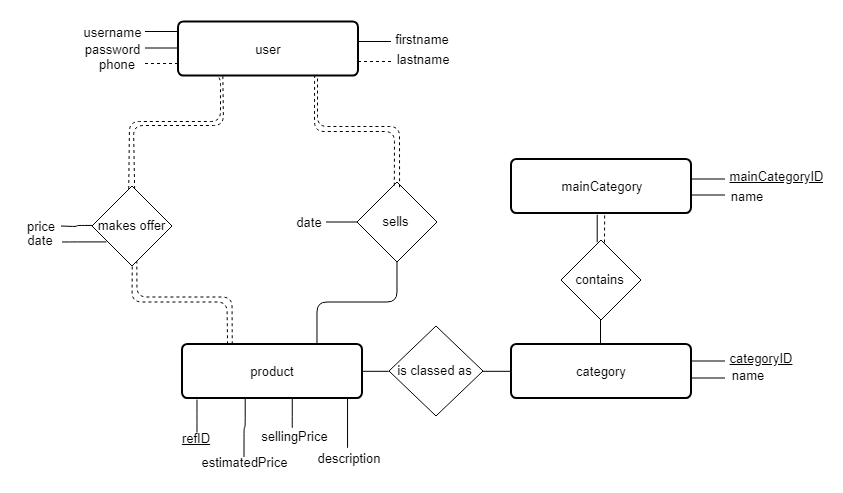
Above: modeleEA/modeleEA.png in JonathanCaspar/Database-Project (draw.io), before the change. Source tidied: cells renumbered, new cells last; positions are measured from the earlier drawing's top-left corner, leaving out a move shared by most shapes.
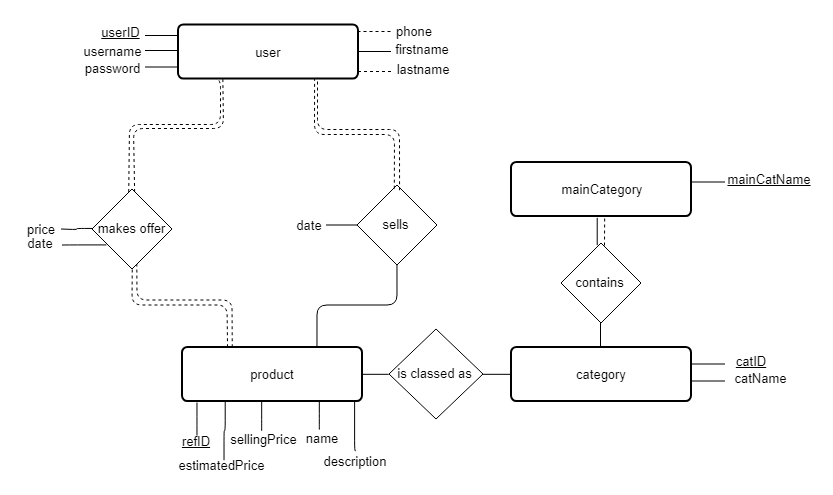
After the commit.

Change to the diagram source:
```diff
@@ -16,48 +16,48 @@
     </mxCell>
     <mxCell id="6" style="endArrow=none;html=1;edgeStyle=orthogonalEdgeStyle;fontSize=13;fontColor=none;" parent="1" edge="1">
       <mxGeometry relative="1" as="geometry">
-        <mxPoint x="124.5" y="10" as="sourcePoint" />
-        <mxPoint x="157.5" y="10" as="targetPoint" />
+        <mxPoint x="124.5" y="26" as="sourcePoint" />
+        <mxPoint x="157.5" y="26" as="targetPoint" />
       </mxGeometry>
     </mxCell>
     <mxCell id="7" style="endArrow=none;html=1;edgeStyle=orthogonalEdgeStyle;fontSize=13;fontColor=none;" parent="1" edge="1">
       <mxGeometry relative="1" as="geometry">
-        <mxPoint x="124.5" y="26.5" as="sourcePoint" />
-        <mxPoint x="157.5" y="26.5" as="targetPoint" />
+        <mxPoint x="124.5" y="42.5" as="sourcePoint" />
+        <mxPoint x="157.5" y="42.5" as="targetPoint" />
       </mxGeometry>
     </mxCell>
     <mxCell id="8" style="endArrow=none;html=1;edgeStyle=orthogonalEdgeStyle;fontSize=13;fontColor=none;dashed=1;" parent="1" edge="1">
       <mxGeometry relative="1" as="geometry">
-        <mxPoint x="124.5" y="42" as="sourcePoint" />
-        <mxPoint x="157.5" y="42" as="targetPoint" />
+        <mxPoint x="337" y="7" as="sourcePoint" />
+        <mxPoint x="370" y="7" as="targetPoint" />
       </mxGeometry>
     </mxCell>
     <mxCell id="9" style="endArrow=none;html=1;edgeStyle=orthogonalEdgeStyle;fontSize=13;fontColor=none;" parent="1" edge="1">
       <mxGeometry relative="1" as="geometry">
-        <mxPoint x="337.5" y="20" as="sourcePoint" />
-        <mxPoint x="370.5" y="20" as="targetPoint" />
+        <mxPoint x="337.5" y="27" as="sourcePoint" />
+        <mxPoint x="370.5" y="27" as="targetPoint" />
       </mxGeometry>
     </mxCell>
     <mxCell id="10" style="endArrow=none;html=1;edgeStyle=orthogonalEdgeStyle;fontSize=13;fontColor=none;dashed=1;" parent="1" edge="1">
       <mxGeometry relative="1" as="geometry">
-        <mxPoint x="337.5" y="40" as="sourcePoint" />
-        <mxPoint x="370.5" y="40" as="targetPoint" />
+        <mxPoint x="337.5" y="47" as="sourcePoint" />
+        <mxPoint x="370.5" y="47" as="targetPoint" />
       </mxGeometry>
     </mxCell>
     <mxCell id="11" value="username" style="text;html=1;strokeColor=none;fillColor=none;align=center;verticalAlign=middle;whiteSpace=wrap;rounded=0;fontSize=13;fontColor=none;" parent="1" vertex="1">
-      <mxGeometry x="71.5" y="0.2" width="40" height="20" as="geometry" />
+      <mxGeometry x="71.5" y="16.2" width="40" height="20" as="geometry" />
     </mxCell>
     <mxCell id="12" value="password" style="text;html=1;strokeColor=none;fillColor=none;align=center;verticalAlign=middle;whiteSpace=wrap;rounded=0;fontSize=13;fontColor=none;" parent="1" vertex="1">
-      <mxGeometry x="71.5" y="17.2" width="40" height="20" as="geometry" />
+      <mxGeometry x="71.5" y="33.2" width="40" height="20" as="geometry" />
     </mxCell>
     <mxCell id="13" value="phone" style="text;html=1;strokeColor=none;fillColor=none;align=center;verticalAlign=middle;whiteSpace=wrap;rounded=0;fontSize=13;fontColor=none;" parent="1" vertex="1">
-      <mxGeometry x="75.5" y="32.2" width="40" height="20" as="geometry" />
+      <mxGeometry x="372.5" y="-3.8" width="40" height="20" as="geometry" />
     </mxCell>
     <mxCell id="14" value="firstname" style="text;html=1;strokeColor=none;fillColor=none;align=center;verticalAlign=middle;whiteSpace=wrap;rounded=0;fontSize=13;fontColor=none;" parent="1" vertex="1">
-      <mxGeometry x="381.5" y="7.2" width="40" height="20" as="geometry" />
+      <mxGeometry x="381.5" y="14.2" width="40" height="20" as="geometry" />
     </mxCell>
     <mxCell id="15" value="lastname" style="text;html=1;strokeColor=none;fillColor=none;align=center;verticalAlign=middle;whiteSpace=wrap;rounded=0;fontSize=13;fontColor=none;" parent="1" vertex="1">
-      <mxGeometry x="381.5" y="27.2" width="40" height="20" as="geometry" />
+      <mxGeometry x="381.5" y="34.2" width="40" height="20" as="geometry" />
     </mxCell>
     <mxCell id="16" value="makes offer" style="rhombus;whiteSpace=wrap;html=1;fontSize=13;fontColor=none;" parent="1" vertex="1">
       <mxGeometry x="71.5" y="164.5" width="80" height="80" as="geometry" />
@@ -118,26 +118,17 @@
         <mxPoint x="704.5" y="157.5" as="targetPoint" />
       </mxGeometry>
     </mxCell>
-    <mxCell id="28" value="mainCategoryID" style="text;html=1;strokeColor=none;fillColor=none;align=center;verticalAlign=middle;whiteSpace=wrap;rounded=0;fontSize=13;fontColor=none;fontStyle=4;" parent="1" vertex="1">
-      <mxGeometry x="735.5" y="144.7" width="40" height="20" as="geometry" />
+    <mxCell id="28" value="mainCatName" style="text;html=1;strokeColor=none;fillColor=none;align=center;verticalAlign=middle;whiteSpace=wrap;rounded=0;fontSize=13;fontColor=none;fontStyle=4;" parent="1" vertex="1">
+      <mxGeometry x="729" y="144.7" width="40" height="20" as="geometry" />
     </mxCell>
-    <mxCell id="29" style="endArrow=none;html=1;edgeStyle=orthogonalEdgeStyle;fontSize=13;fontColor=none;" parent="1" edge="1">
-      <mxGeometry relative="1" as="geometry">
-        <mxPoint x="671.5" y="173.5" as="sourcePoint" />
-        <mxPoint x="704.5" y="173.5" as="targetPoint" />
-      </mxGeometry>
-    </mxCell>
-    <mxCell id="30" value="name" style="text;html=1;strokeColor=none;fillColor=none;align=center;verticalAlign=middle;whiteSpace=wrap;rounded=0;fontSize=13;fontColor=none;fontStyle=0;" parent="1" vertex="1">
-      <mxGeometry x="706" y="164.7" width="40" height="20" as="geometry" />
-    </mxCell>
     <mxCell id="31" style="endArrow=none;html=1;edgeStyle=orthogonalEdgeStyle;fontSize=13;fontColor=none;" parent="1" edge="1">
       <mxGeometry relative="1" as="geometry">
         <mxPoint x="671.5" y="339.5" as="sourcePoint" />
         <mxPoint x="704.5" y="339.5" as="targetPoint" />
       </mxGeometry>
     </mxCell>
-    <mxCell id="32" value="categoryID" style="text;html=1;strokeColor=none;fillColor=none;align=center;verticalAlign=middle;whiteSpace=wrap;rounded=0;fontSize=13;fontColor=none;fontStyle=4;" parent="1" vertex="1">
-      <mxGeometry x="720.5" y="326.7" width="40" height="20" as="geometry" />
+    <mxCell id="32" value="catID" style="text;html=1;strokeColor=none;fillColor=none;align=center;verticalAlign=middle;whiteSpace=wrap;rounded=0;fontSize=13;fontColor=none;fontStyle=4;" parent="1" vertex="1">
+      <mxGeometry x="710" y="326.7" width="40" height="20" as="geometry" />
     </mxCell>
     <mxCell id="33" style="endArrow=none;html=1;edgeStyle=orthogonalEdgeStyle;fontSize=13;fontColor=none;" parent="1" edge="1">
       <mxGeometry relative="1" as="geometry">
@@ -145,8 +136,8 @@
         <mxPoint x="704.5" y="356.5" as="targetPoint" />
       </mxGeometry>
     </mxCell>
-    <mxCell id="34" value="name" style="text;html=1;strokeColor=none;fillColor=none;align=center;verticalAlign=middle;whiteSpace=wrap;rounded=0;fontSize=13;fontColor=none;fontStyle=0;" parent="1" vertex="1">
-      <mxGeometry x="706.5" y="343.7" width="40" height="20" as="geometry" />
+    <mxCell id="34" value="catName" style="text;html=1;strokeColor=none;fillColor=none;align=center;verticalAlign=middle;whiteSpace=wrap;rounded=0;fontSize=13;fontColor=none;fontStyle=0;" parent="1" vertex="1">
+      <mxGeometry x="720" y="343.7" width="40" height="20" as="geometry" />
     </mxCell>
     <mxCell id="35" style="endArrow=none;html=1;edgeStyle=orthogonalEdgeStyle;fontSize=13;fontColor=none;exitX=0.25;exitY=1;exitDx=0;exitDy=0;" parent="1" edge="1">
       <mxGeometry relative="1" as="geometry">
@@ -161,26 +152,31 @@
     <mxCell id="36" value="&lt;u style=&quot;font-size: 13px;&quot;&gt;refID&lt;/u&gt;" style="text;html=1;strokeColor=none;fillColor=none;align=center;verticalAlign=middle;whiteSpace=wrap;rounded=0;fontSize=13;fontColor=none;" parent="1" vertex="1">
       <mxGeometry x="155" y="406.7" width="40" height="20" as="geometry" />
     </mxCell>
-    <mxCell id="37" style="endArrow=none;html=1;edgeStyle=orthogonalEdgeStyle;fontSize=13;fontColor=none;exitX=0.348;exitY=1.006;exitDx=0;exitDy=0;exitPerimeter=0;" parent="1" edge="1" source="2">
+    <mxCell id="37" style="endArrow=none;html=1;edgeStyle=orthogonalEdgeStyle;fontSize=13;fontColor=none;exitX=0.348;exitY=1.006;exitDx=0;exitDy=0;exitPerimeter=0;" parent="1" edge="1">
       <mxGeometry relative="1" as="geometry">
-        <mxPoint x="223.5" y="435.5" as="targetPoint" />
+        <mxPoint x="204.1" y="377" as="sourcePoint" />
+        <mxPoint x="203.5" y="435.5" as="targetPoint" />
+        <Array as="points">
+          <mxPoint x="204" y="406" />
+          <mxPoint x="204" y="406" />
+        </Array>
       </mxGeometry>
     </mxCell>
     <mxCell id="38" value="&lt;span style=&quot;font-size: 13px;&quot;&gt;estimatedPrice&lt;/span&gt;" style="text;html=1;strokeColor=none;fillColor=none;align=center;verticalAlign=middle;whiteSpace=wrap;rounded=0;fontSize=13;fontColor=none;fontStyle=0;" parent="1" vertex="1">
-      <mxGeometry x="203.5" y="430.7" width="40" height="20" as="geometry" />
+      <mxGeometry x="180" y="430.2" width="40" height="20" as="geometry" />
     </mxCell>
     <mxCell id="39" style="endArrow=none;html=1;edgeStyle=orthogonalEdgeStyle;fontSize=13;fontColor=none;" parent="1" edge="1">
       <mxGeometry relative="1" as="geometry">
-        <mxPoint x="272" y="377" as="sourcePoint" />
-        <mxPoint x="272" y="406" as="targetPoint" />
+        <mxPoint x="241" y="377" as="sourcePoint" />
+        <mxPoint x="241" y="406" as="targetPoint" />
         <Array as="points">
-          <mxPoint x="272" y="400" />
-          <mxPoint x="272" y="400" />
+          <mxPoint x="241" y="400" />
+          <mxPoint x="241" y="400" />
         </Array>
       </mxGeometry>
     </mxCell>
     <mxCell id="40" value="&lt;span style=&quot;font-size: 13px;&quot;&gt;sellingPrice&lt;/span&gt;" style="text;html=1;strokeColor=none;fillColor=none;align=center;verticalAlign=middle;whiteSpace=wrap;rounded=0;fontSize=13;fontColor=none;fontStyle=0;" parent="1" vertex="1">
-      <mxGeometry x="254" y="404.7" width="40" height="20" as="geometry" />
+      <mxGeometry x="223" y="404.7" width="40" height="20" as="geometry" />
     </mxCell>
     <mxCell id="41" style="endArrow=none;html=1;edgeStyle=orthogonalEdgeStyle;fontSize=13;fontColor=none;entryX=0;entryY=0.5;entryDx=0;entryDy=0;" parent="1" edge="1" target="16">
       <mxGeometry relative="1" as="geometry">
@@ -249,16 +245,39 @@
         <mxPoint x="584.2" y="191.5" as="targetPoint" />
       </mxGeometry>
     </mxCell>
-    <mxCell id="52" style="endArrow=none;html=1;edgeStyle=orthogonalEdgeStyle;fontSize=13;fontColor=none;entryX=0.5;entryY=0;entryDx=0;entryDy=0;" parent="1" edge="1" target="53">
+    <mxCell id="52" style="endArrow=none;html=1;edgeStyle=orthogonalEdgeStyle;fontSize=13;fontColor=none;entryX=0.5;entryY=0;entryDx=0;entryDy=0;" parent="1" edge="1">
       <mxGeometry relative="1" as="geometry">
-        <mxPoint x="326.6" y="376.8" as="sourcePoint" />
+        <mxPoint x="334.6" y="376.8" as="sourcePoint" />
+        <mxPoint x="335.6" y="426.7" as="targetPoint" />
         <Array as="points">
-          <mxPoint x="327" y="426" />
+          <mxPoint x="335" y="426" />
         </Array>
       </mxGeometry>
     </mxCell>
     <mxCell id="53" value="&lt;span style=&quot;font-size: 13px&quot;&gt;description&lt;/span&gt;" style="text;html=1;strokeColor=none;fillColor=none;align=center;verticalAlign=middle;whiteSpace=wrap;rounded=0;fontSize=13;fontColor=none;fontStyle=0;" parent="1" vertex="1">
-      <mxGeometry x="307.5" y="426.7" width="40" height="20" as="geometry" />
+      <mxGeometry x="313.5" y="426.7" width="40" height="20" as="geometry" />
     </mxCell>
+    <mxCell id="54" style="endArrow=none;html=1;edgeStyle=orthogonalEdgeStyle;fontSize=13;fontColor=none;" parent="1" edge="1">
+      <mxGeometry relative="1" as="geometry">
+        <mxPoint x="299.3" y="376" as="sourcePoint" />
+        <mxPoint x="299.3" y="405.1" as="targetPoint" />
+        <Array as="points">
+          <mxPoint x="299" y="399" />
+          <mxPoint x="299" y="399" />
+        </Array>
+      </mxGeometry>
+    </mxCell>
+    <mxCell id="30" value="&lt;span style=&quot;font-size: 13px&quot;&gt;name&lt;/span&gt;" style="text;html=1;strokeColor=none;fillColor=none;align=center;verticalAlign=middle;whiteSpace=wrap;rounded=0;fontSize=13;fontColor=none;fontStyle=0;" parent="1" vertex="1">
+      <mxGeometry x="281" y="403.7" width="40" height="20" as="geometry" />
+    </mxCell>
+    <mxCell id="55" style="endArrow=none;html=1;edgeStyle=orthogonalEdgeStyle;fontSize=13;fontColor=none;" parent="1" edge="1">
+      <mxGeometry relative="1" as="geometry">
+        <mxPoint x="124.5" y="11" as="sourcePoint" />
+        <mxPoint x="157.5" y="11" as="targetPoint" />
+      </mxGeometry>
+    </mxCell>
+    <mxCell id="56" value="userID" style="text;html=1;strokeColor=none;fillColor=none;align=center;verticalAlign=middle;whiteSpace=wrap;rounded=0;fontSize=13;fontColor=none;fontStyle=4;" parent="1" vertex="1">
+      <mxGeometry x="80" y="-2.8" width="40" height="20" as="geometry" />
+    </mxCell>
   </root>
 </mxGraphModel>
```
